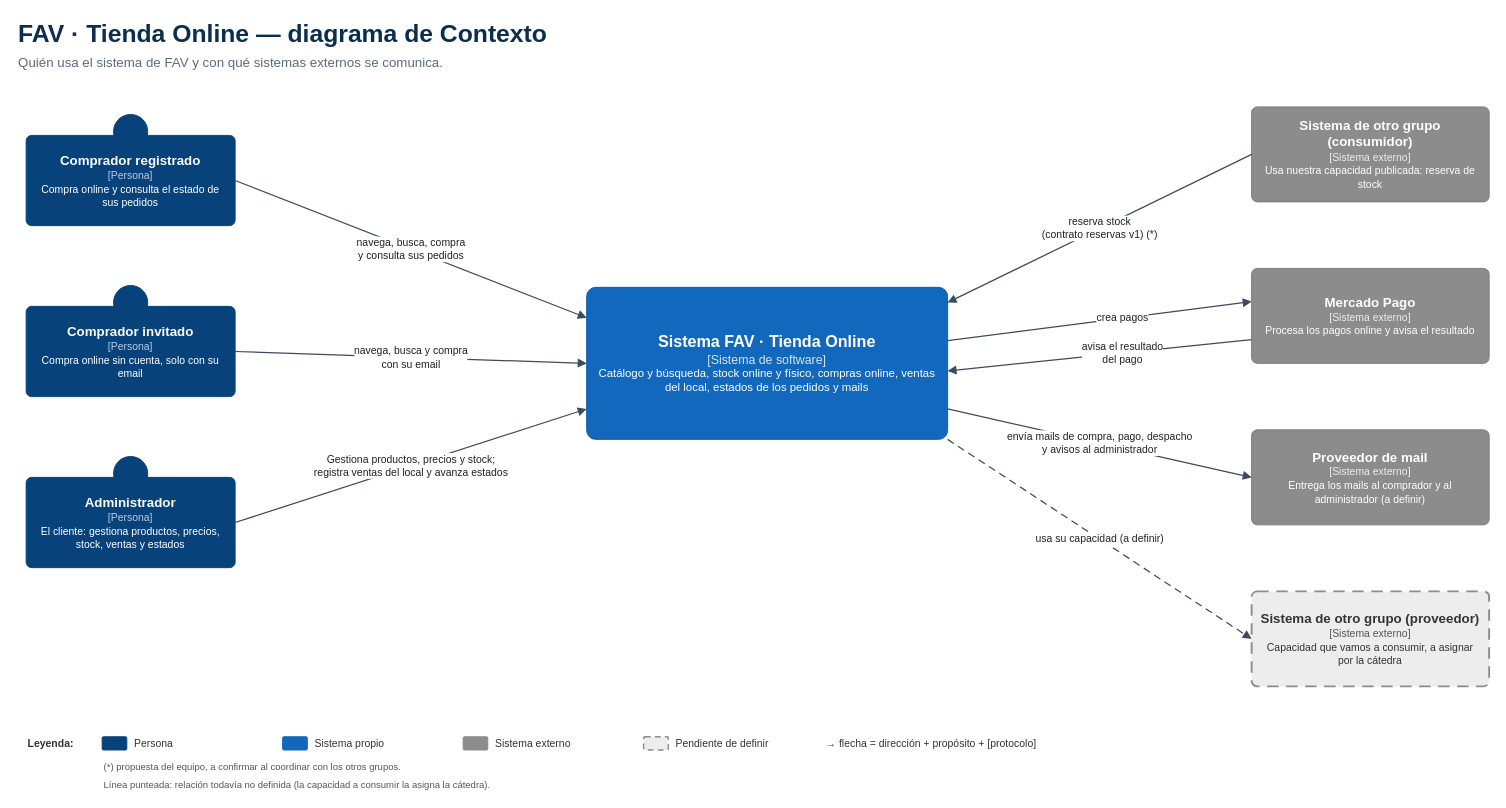
The draw.io diagram docs/diagrams/contexto.drawio in JuanHernandez-99/Fav-del-universo, before the edit. Source tidied: cells renumbered, new cells numbered last; positions are measured from the earlier drawing's top-left corner, leaving out a move shared by most shapes. Both pictures are drawn from the tidied source at 95%, with x=0, y=0 at pixel (16, 16).
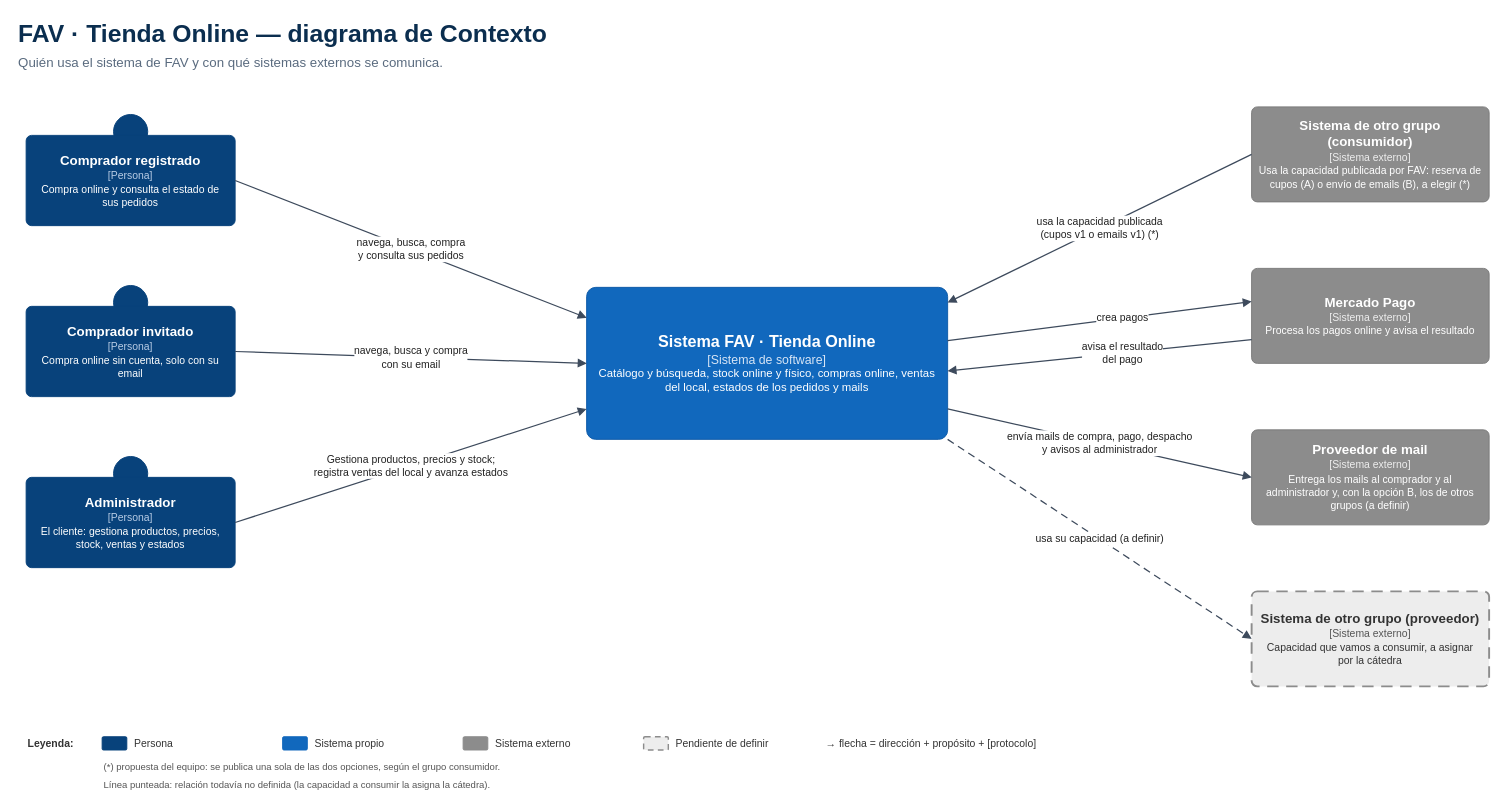
After the change.

Unchanged cells that the change refers to:
```xml
<mxCell id="10" value="&lt;b style='font-size:17px'&gt;Sistema FAV · Tienda Online&lt;/b&gt;&lt;br&gt;&lt;span style='font-size:13px;color:#D6E4F5'&gt;[Sistema de software]&lt;/span&gt;&lt;br&gt;&lt;span style='font-size:12px'&gt;Catálogo y búsqueda, stock online y físico, compras online, ventas del local, estados de los pedidos y mails&lt;/span&gt;" style="rounded=1;arcSize=6;whiteSpace=wrap;html=1;fillColor=#1168BD;strokeColor=#0E5AA7;fontColor=#FFFFFF;verticalAlign=middle;spacing=8;fontFamily=Helvetica;" parent="1" vertex="1">
  <mxGeometry x="600" y="285" width="380" height="160" as="geometry" />
</mxCell>
```

Change to the diagram source:
```diff
@@
-    <mxCell id="11" value="&lt;b style='font-size:14px'&gt;Sistema de otro grupo (consumidor)&lt;/b&gt;&lt;br&gt;&lt;span style='font-size:11px;color:#EEEEEE'&gt;[Sistema externo]&lt;/span&gt;&lt;br&gt;&lt;span style='font-size:11px'&gt;Usa nuestra capacidad publicada: reserva de stock&lt;/span&gt;" style="rounded=1;arcSize=6;whiteSpace=wrap;html=1;fillColor=#8C8C8C;strokeColor=#7A7A7A;fontColor=#FFFFFF;verticalAlign=middle;spacing=8;fontFamily=Helvetica;" parent="1" vertex="1">
+    <mxCell id="11" value="&lt;b style='font-size:14px'&gt;Sistema de otro grupo (consumidor)&lt;/b&gt;&lt;br&gt;&lt;span style='font-size:11px;color:#EEEEEE'&gt;[Sistema externo]&lt;/span&gt;&lt;br&gt;&lt;span style='font-size:11px'&gt;Usa la capacidad publicada por FAV: reserva de cupos (A) o envío de emails (B), a elegir (*)&lt;/span&gt;" style="rounded=1;arcSize=6;whiteSpace=wrap;html=1;fillColor=#8C8C8C;strokeColor=#7A7A7A;fontColor=#FFFFFF;verticalAlign=middle;spacing=8;fontFamily=Helvetica;" parent="1" vertex="1">
       <mxGeometry x="1300" y="95" width="250" height="100" as="geometry" />
     </mxCell>
@@
-    <mxCell id="13" value="&lt;b style='font-size:14px'&gt;Proveedor de mail&lt;/b&gt;&lt;br&gt;&lt;span style='font-size:11px;color:#EEEEEE'&gt;[Sistema externo]&lt;/span&gt;&lt;br&gt;&lt;span style='font-size:11px'&gt;Entrega los mails al comprador y al administrador (a definir)&lt;/span&gt;" style="rounded=1;arcSize=6;whiteSpace=wrap;html=1;fillColor=#8C8C8C;strokeColor=#7A7A7A;fontColor=#FFFFFF;verticalAlign=middle;spacing=8;fontFamily=Helvetica;" parent="1" vertex="1">
+    <mxCell id="13" value="&lt;b style='font-size:14px'&gt;Proveedor de mail&lt;/b&gt;&lt;br&gt;&lt;span style='font-size:11px;color:#EEEEEE'&gt;[Sistema externo]&lt;/span&gt;&lt;br&gt;&lt;span style='font-size:11px'&gt;Entrega los mails al comprador y al administrador y, con la opción B, los de otros grupos (a definir)&lt;/span&gt;" style="rounded=1;arcSize=6;whiteSpace=wrap;html=1;fillColor=#8C8C8C;strokeColor=#7A7A7A;fontColor=#FFFFFF;verticalAlign=middle;spacing=8;fontFamily=Helvetica;" parent="1" vertex="1">
       <mxGeometry x="1300" y="435" width="250" height="100" as="geometry" />
     </mxCell>
@@
-    <mxCell id="18" value="reserva stock&lt;br&gt;(contrato reservas v1) (*)" style="edgeStyle=orthogonalEdgeStyle;rounded=0;html=1;endArrow=block;endFill=1;strokeColor=#3D4A5C;strokeWidth=1.3;fontColor=#222222;fontSize=11;labelBackgroundColor=#FFFFFF;jumpStyle=arc;jumpSize=10;fontFamily=Helvetica;edgeStyle=none;exitX=0;exitY=0.5;entryX=1;entryY=0.1;" parent="1" edge="1" source="11" target="10">
+    <mxCell id="18" value="usa la capacidad publicada&lt;br&gt;(cupos v1 o emails v1) (*)" style="edgeStyle=orthogonalEdgeStyle;rounded=0;html=1;endArrow=block;endFill=1;strokeColor=#3D4A5C;strokeWidth=1.3;fontColor=#222222;fontSize=11;labelBackgroundColor=#FFFFFF;jumpStyle=arc;jumpSize=10;fontFamily=Helvetica;edgeStyle=none;exitX=0;exitY=0.5;entryX=1;entryY=0.1;" parent="1" edge="1" source="11" target="10">
       <mxGeometry relative="1" as="geometry" />
     </mxCell>
@@
-    <mxCell id="33" value="(*) propuesta del equipo, a confirmar al coordinar con los otros grupos." style="text;html=1;strokeColor=none;fillColor=none;align=left;verticalAlign=middle;whiteSpace=wrap;fontSize=10;fontColor=#555555;fontFamily=Helvetica;" parent="1" vertex="1">
+    <mxCell id="33" value="(*) propuesta del equipo: se publica una sola de las dos opciones, según el grupo consumidor." style="text;html=1;strokeColor=none;fillColor=none;align=left;verticalAlign=middle;whiteSpace=wrap;fontSize=10;fontColor=#555555;fontFamily=Helvetica;" parent="1" vertex="1">
       <mxGeometry x="90" y="781" width="900" height="18" as="geometry" />
     </mxCell>
```
